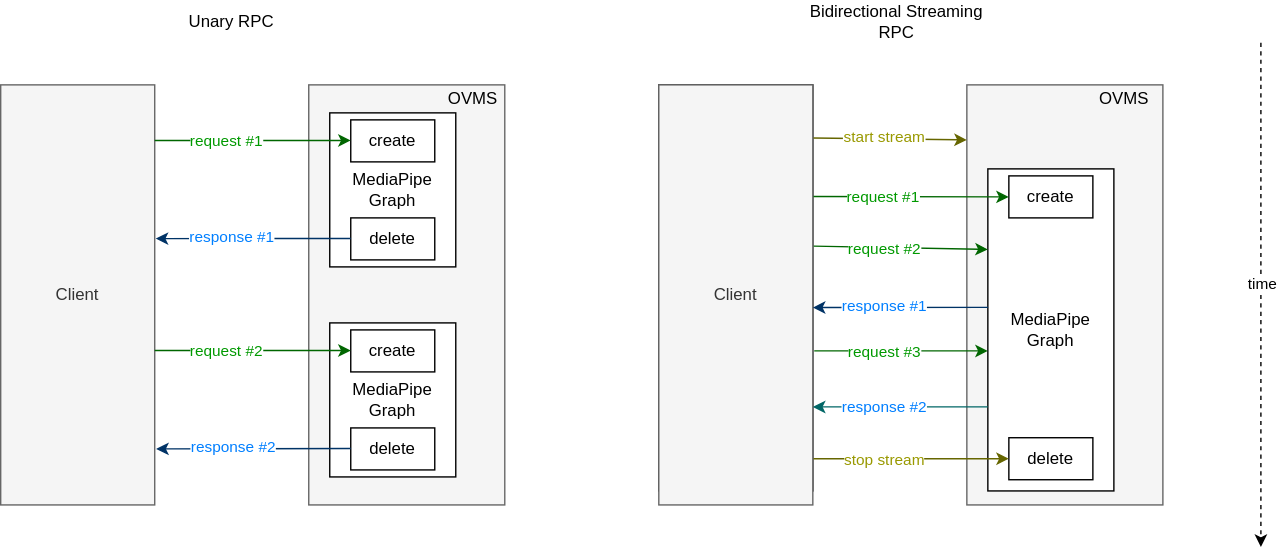
This is docs/streaming_diagram.svg from openvinotoolkit/model_server, a draw.io export, as it was before one commit. Source tidied: cells renumbered, new cells last; positions are measured from the earlier drawing's top-left corner, leaving out a move shared by most shapes. Its diagram source:
```xml
<mxGraphModel>
  <root>
    <mxCell id="0" />
    <mxCell id="1" parent="0" />
    <mxCell id="2" style="rounded=0;whiteSpace=wrap;html=1;" parent="1" vertex="1">
      <mxGeometry x="470" y="60" width="110" height="290" as="geometry" />
    </mxCell>
    <mxCell id="3" style="rounded=0;whiteSpace=wrap;html=1;fillColor=#f5f5f5;fontColor=#333333;strokeColor=#666666;" parent="1" vertex="1">
      <mxGeometry x="690" y="60" width="140" height="300" as="geometry" />
    </mxCell>
    <mxCell id="4" style="endArrow=classic;html=1;rounded=0;exitX=1;exitY=0.131;exitDx=0;exitDy=0;exitPerimeter=0;entryX=0;entryY=0.131;entryDx=0;entryDy=0;entryPerimeter=0;strokeColor=#666600;" parent="1" edge="1" source="2" target="3">
      <mxGeometry relative="1" as="geometry" />
    </mxCell>
    <mxCell id="5" value="start stream" style="edgeLabel;html=1;align=center;verticalAlign=middle;fontColor=#999900;" parent="4" vertex="1">
      <mxGeometry x="-0.11" y="2" relative="1" as="geometry">
        <mxPoint x="1" as="offset" />
      </mxGeometry>
    </mxCell>
    <mxCell id="6" value="MediaPipe Graph" style="rounded=0;whiteSpace=wrap;html=1;" parent="1" vertex="1">
      <mxGeometry x="705" y="120" width="90" height="230" as="geometry" />
    </mxCell>
    <mxCell id="7" value="create" style="rounded=0;whiteSpace=wrap;html=1;" parent="1" vertex="1">
      <mxGeometry x="720" y="125" width="60" height="30" as="geometry" />
    </mxCell>
    <mxCell id="8" value="delete" style="rounded=0;whiteSpace=wrap;html=1;" parent="1" vertex="1">
      <mxGeometry x="720" y="312" width="60" height="30" as="geometry" />
    </mxCell>
    <mxCell id="9" style="endArrow=classic;html=1;rounded=0;entryX=0;entryY=0.5;entryDx=0;entryDy=0;exitX=0.998;exitY=0.275;exitDx=0;exitDy=0;exitPerimeter=0;strokeColor=#006600;" parent="1" edge="1" source="2" target="7">
      <mxGeometry relative="1" as="geometry" />
    </mxCell>
    <mxCell id="10" value="request #1" style="edgeLabel;html=1;align=center;verticalAlign=middle;fontColor=#009900;" parent="9" vertex="1">
      <mxGeometry x="-0.27" y="3" relative="1" as="geometry">
        <mxPoint x="-1" y="3" as="offset" />
      </mxGeometry>
    </mxCell>
    <mxCell id="11" style="endArrow=classic;html=1;rounded=0;exitX=1.004;exitY=0.397;exitDx=0;exitDy=0;exitPerimeter=0;entryX=0;entryY=0.25;entryDx=0;entryDy=0;strokeColor=#006600;" parent="1" edge="1" source="2" target="6">
      <mxGeometry relative="1" as="geometry" />
    </mxCell>
    <mxCell id="12" value="request #2" style="edgeLabel;html=1;align=center;verticalAlign=middle;fontColor=#009900;" parent="11" vertex="1">
      <mxGeometry x="-0.25" relative="1" as="geometry">
        <mxPoint x="3" as="offset" />
      </mxGeometry>
    </mxCell>
    <mxCell id="13" style="endArrow=classic;html=1;rounded=0;exitX=1.004;exitY=0.397;exitDx=0;exitDy=0;exitPerimeter=0;entryX=0;entryY=0.25;entryDx=0;entryDy=0;strokeColor=#006600;" parent="1" edge="1">
      <mxGeometry relative="1" as="geometry">
        <mxPoint x="581" y="250" as="sourcePoint" />
        <mxPoint x="705" y="250" as="targetPoint" />
      </mxGeometry>
    </mxCell>
    <mxCell id="14" value="request #3" style="edgeLabel;html=1;align=center;verticalAlign=middle;fontColor=#009900;" parent="13" vertex="1">
      <mxGeometry x="-0.25" relative="1" as="geometry">
        <mxPoint x="3" as="offset" />
      </mxGeometry>
    </mxCell>
    <mxCell id="15" style="endArrow=classic;html=1;rounded=0;entryX=0;entryY=0.5;entryDx=0;entryDy=0;strokeColor=#666600;" parent="1" edge="1" target="8">
      <mxGeometry relative="1" as="geometry">
        <mxPoint x="580" y="327" as="sourcePoint" />
      </mxGeometry>
    </mxCell>
    <mxCell id="16" value="stop stream" style="edgeLabel;html=1;align=center;verticalAlign=middle;fontColor=#999900;" parent="15" vertex="1">
      <mxGeometry x="-0.27" y="3" relative="1" as="geometry">
        <mxPoint x="-1" y="3" as="offset" />
      </mxGeometry>
    </mxCell>
    <mxCell id="17" value="Client" style="rounded=0;whiteSpace=wrap;html=1;fillColor=#f5f5f5;fontColor=#333333;strokeColor=#666666;" parent="1" vertex="1">
      <mxGeometry x="470" y="60" width="110" height="300" as="geometry" />
    </mxCell>
    <mxCell id="18" style="endArrow=classic;html=1;rounded=0;entryX=1;entryY=0.53;entryDx=0;entryDy=0;entryPerimeter=0;exitX=0.002;exitY=0.43;exitDx=0;exitDy=0;exitPerimeter=0;fontColor=#003366;strokeColor=#003366;" parent="1" edge="1" source="6" target="17">
      <mxGeometry relative="1" as="geometry" />
    </mxCell>
    <mxCell id="19" value="response #1" style="edgeLabel;html=1;align=center;verticalAlign=middle;fontColor=#007FFF;" parent="18" vertex="1">
      <mxGeometry x="0.32" y="-1" relative="1" as="geometry">
        <mxPoint x="7" as="offset" />
      </mxGeometry>
    </mxCell>
    <mxCell id="20" style="endArrow=classic;html=1;rounded=0;entryX=1;entryY=0.53;entryDx=0;entryDy=0;entryPerimeter=0;exitX=0.002;exitY=0.43;exitDx=0;exitDy=0;exitPerimeter=0;fontColor=#003366;strokeColor=#006666;" parent="1" edge="1">
      <mxGeometry relative="1" as="geometry">
        <mxPoint x="705" y="290" as="sourcePoint" />
        <mxPoint x="580" y="290" as="targetPoint" />
      </mxGeometry>
    </mxCell>
    <mxCell id="21" value="response #2" style="edgeLabel;html=1;align=center;verticalAlign=middle;fontColor=#007FFF;" parent="20" vertex="1">
      <mxGeometry x="0.32" y="-1" relative="1" as="geometry">
        <mxPoint x="7" as="offset" />
      </mxGeometry>
    </mxCell>
    <mxCell id="22" value="OVMS" style="text;html=1;strokeColor=none;fillColor=none;align=center;verticalAlign=middle;whiteSpace=wrap;rounded=0;" parent="1" vertex="1">
      <mxGeometry x="775" y="60" width="55" height="20" as="geometry" />
    </mxCell>
    <mxCell id="23" style="rounded=0;whiteSpace=wrap;html=1;fillColor=#f5f5f5;fontColor=#333333;strokeColor=#666666;" parent="1" vertex="1">
      <mxGeometry x="220" y="60" width="140" height="300" as="geometry" />
    </mxCell>
    <mxCell id="24" value="MediaPipe Graph" style="rounded=0;whiteSpace=wrap;html=1;" parent="1" vertex="1">
      <mxGeometry x="235" y="80" width="90" height="110" as="geometry" />
    </mxCell>
    <mxCell id="25" value="create" style="rounded=0;whiteSpace=wrap;html=1;" parent="1" vertex="1">
      <mxGeometry x="250" y="85" width="60" height="30" as="geometry" />
    </mxCell>
    <mxCell id="26" value="delete" style="rounded=0;whiteSpace=wrap;html=1;" parent="1" vertex="1">
      <mxGeometry x="250" y="155" width="60" height="30" as="geometry" />
    </mxCell>
    <mxCell id="27" value="MediaPipe Graph" style="rounded=0;whiteSpace=wrap;html=1;" parent="1" vertex="1">
      <mxGeometry x="235" y="230" width="90" height="110" as="geometry" />
    </mxCell>
    <mxCell id="28" value="create" style="rounded=0;whiteSpace=wrap;html=1;" parent="1" vertex="1">
      <mxGeometry x="250" y="235" width="60" height="30" as="geometry" />
    </mxCell>
    <mxCell id="29" value="delete" style="rounded=0;whiteSpace=wrap;html=1;" parent="1" vertex="1">
      <mxGeometry x="250" y="305" width="60" height="30" as="geometry" />
    </mxCell>
    <mxCell id="30" value="Client" style="rounded=0;whiteSpace=wrap;html=1;fillColor=#f5f5f5;fontColor=#333333;strokeColor=#666666;" parent="1" vertex="1">
      <mxGeometry y="60" width="110" height="300" as="geometry" />
    </mxCell>
    <mxCell id="31" style="endArrow=classic;html=1;rounded=0;entryX=0;entryY=0.5;entryDx=0;entryDy=0;exitX=0.998;exitY=0.275;exitDx=0;exitDy=0;exitPerimeter=0;strokeColor=#006600;" parent="1" edge="1">
      <mxGeometry relative="1" as="geometry">
        <mxPoint x="110" y="99.7" as="sourcePoint" />
        <mxPoint x="250" y="99.7" as="targetPoint" />
      </mxGeometry>
    </mxCell>
    <mxCell id="32" value="request #1" style="edgeLabel;html=1;align=center;verticalAlign=middle;fontColor=#009900;" parent="31" vertex="1">
      <mxGeometry x="-0.27" y="3" relative="1" as="geometry">
        <mxPoint x="-1" y="3" as="offset" />
      </mxGeometry>
    </mxCell>
    <mxCell id="33" style="endArrow=classic;html=1;rounded=0;entryX=1.006;entryY=0.366;entryDx=0;entryDy=0;entryPerimeter=0;exitX=0.002;exitY=0.43;exitDx=0;exitDy=0;exitPerimeter=0;fontColor=#003366;strokeColor=#003366;" parent="1" edge="1" target="30">
      <mxGeometry relative="1" as="geometry">
        <mxPoint x="250" y="169.7" as="sourcePoint" />
      </mxGeometry>
    </mxCell>
    <mxCell id="34" value="response #1" style="edgeLabel;html=1;align=center;verticalAlign=middle;fontColor=#007FFF;" parent="33" vertex="1">
      <mxGeometry x="0.32" y="-1" relative="1" as="geometry">
        <mxPoint x="7" as="offset" />
      </mxGeometry>
    </mxCell>
    <mxCell id="35" style="endArrow=classic;html=1;rounded=0;entryX=0;entryY=0.5;entryDx=0;entryDy=0;exitX=0.998;exitY=0.275;exitDx=0;exitDy=0;exitPerimeter=0;strokeColor=#006600;" parent="1" edge="1">
      <mxGeometry relative="1" as="geometry">
        <mxPoint x="110" y="249.7" as="sourcePoint" />
        <mxPoint x="250" y="249.7" as="targetPoint" />
      </mxGeometry>
    </mxCell>
    <mxCell id="36" value="request #2" style="edgeLabel;html=1;align=center;verticalAlign=middle;fontColor=#009900;" parent="35" vertex="1">
      <mxGeometry x="-0.27" y="3" relative="1" as="geometry">
        <mxPoint x="-1" y="3" as="offset" />
      </mxGeometry>
    </mxCell>
    <mxCell id="37" style="endArrow=classic;html=1;rounded=0;entryX=1.006;entryY=0.366;entryDx=0;entryDy=0;entryPerimeter=0;exitX=0.002;exitY=0.43;exitDx=0;exitDy=0;exitPerimeter=0;fontColor=#003366;strokeColor=#003366;" parent="1" edge="1">
      <mxGeometry relative="1" as="geometry">
        <mxPoint x="250" y="319.7" as="sourcePoint" />
        <mxPoint x="111" y="320" as="targetPoint" />
      </mxGeometry>
    </mxCell>
    <mxCell id="38" value="response #2" style="edgeLabel;html=1;align=center;verticalAlign=middle;fontColor=#007FFF;" parent="37" vertex="1">
      <mxGeometry x="0.32" y="-1" relative="1" as="geometry">
        <mxPoint x="7" as="offset" />
      </mxGeometry>
    </mxCell>
    <mxCell id="39" value="Unary RPC" style="text;html=1;strokeColor=none;fillColor=none;align=center;verticalAlign=middle;whiteSpace=wrap;rounded=0;" parent="1" vertex="1">
      <mxGeometry x="120" width="90" height="30" as="geometry" />
    </mxCell>
    <mxCell id="40" value="Bidirectional Streaming RPC" style="text;html=1;strokeColor=none;fillColor=none;align=center;verticalAlign=middle;whiteSpace=wrap;rounded=0;" parent="1" vertex="1">
      <mxGeometry x="570" width="140" height="30" as="geometry" />
    </mxCell>
    <mxCell id="41" value="OVMS" style="text;html=1;strokeColor=none;fillColor=none;align=center;verticalAlign=middle;whiteSpace=wrap;rounded=0;" parent="1" vertex="1">
      <mxGeometry x="310" y="60" width="55" height="20" as="geometry" />
    </mxCell>
    <mxCell id="42" style="endArrow=classic;html=1;rounded=0;dashed=1;" parent="1" edge="1">
      <mxGeometry relative="1" as="geometry">
        <mxPoint x="900" y="30" as="sourcePoint" />
        <mxPoint x="900" y="390" as="targetPoint" />
      </mxGeometry>
    </mxCell>
    <mxCell id="43" value="time" style="edgeLabel;html=1;align=center;verticalAlign=middle;" parent="42" vertex="1">
      <mxGeometry x="-0.05" relative="1" as="geometry" />
    </mxCell>
  </root>
</mxGraphModel>
```
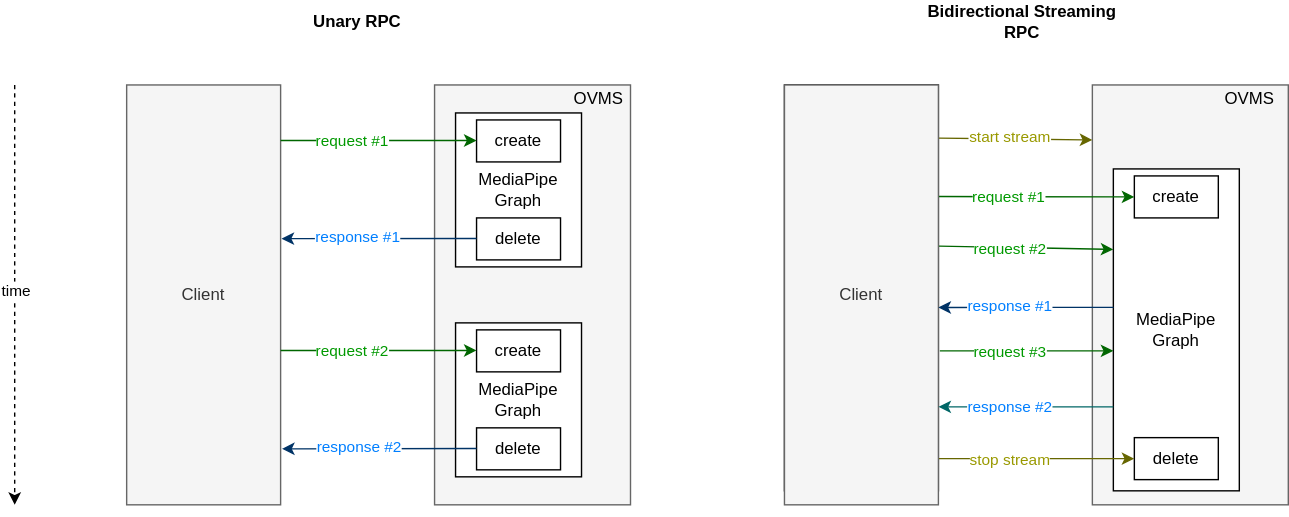
Above is the later version.

Commit message:
post-post-review

Change to the diagram source:
```diff
@@ -154,23 +154,23 @@
         <mxPoint x="7" as="offset" />
       </mxGeometry>
     </mxCell>
-    <mxCell id="39" value="Unary RPC" style="text;html=1;strokeColor=none;fillColor=none;align=center;verticalAlign=middle;whiteSpace=wrap;rounded=0;" parent="1" vertex="1">
+    <mxCell id="39" value="Unary RPC" style="text;html=1;strokeColor=none;fillColor=none;align=center;verticalAlign=middle;whiteSpace=wrap;rounded=0;fontStyle=1;" parent="1" vertex="1">
       <mxGeometry x="120" width="90" height="30" as="geometry" />
     </mxCell>
-    <mxCell id="40" value="Bidirectional Streaming RPC" style="text;html=1;strokeColor=none;fillColor=none;align=center;verticalAlign=middle;whiteSpace=wrap;rounded=0;" parent="1" vertex="1">
+    <mxCell id="40" value="Bidirectional Streaming RPC" style="text;html=1;strokeColor=none;fillColor=none;align=center;verticalAlign=middle;whiteSpace=wrap;rounded=0;fontStyle=1;" parent="1" vertex="1">
       <mxGeometry x="570" width="140" height="30" as="geometry" />
     </mxCell>
     <mxCell id="41" value="OVMS" style="text;html=1;strokeColor=none;fillColor=none;align=center;verticalAlign=middle;whiteSpace=wrap;rounded=0;" parent="1" vertex="1">
       <mxGeometry x="310" y="60" width="55" height="20" as="geometry" />
     </mxCell>
-    <mxCell id="42" style="endArrow=classic;html=1;rounded=0;dashed=1;" parent="1" edge="1">
-      <mxGeometry relative="1" as="geometry">
-        <mxPoint x="900" y="30" as="sourcePoint" />
-        <mxPoint x="900" y="390" as="targetPoint" />
-      </mxGeometry>
-    </mxCell>
+    <mxCell id="44" style="endArrow=classic;html=1;rounded=0;dashed=1;" parent="1" edge="1">
+      <mxGeometry relative="1" as="geometry">
+        <mxPoint x="-80" y="60" as="sourcePoint" />
+        <mxPoint x="-80" y="360" as="targetPoint" />
+      </mxGeometry>
+    </mxCell>
-    <mxCell id="43" value="time" style="edgeLabel;html=1;align=center;verticalAlign=middle;" parent="42" vertex="1">
-      <mxGeometry x="-0.05" relative="1" as="geometry" />
+    <mxCell id="43" value="time" style="edgeLabel;html=1;align=center;verticalAlign=middle;" parent="44" vertex="1">
+      <mxGeometry x="-0.03" relative="1" as="geometry" />
     </mxCell>
   </root>
 </mxGraphModel>
```
